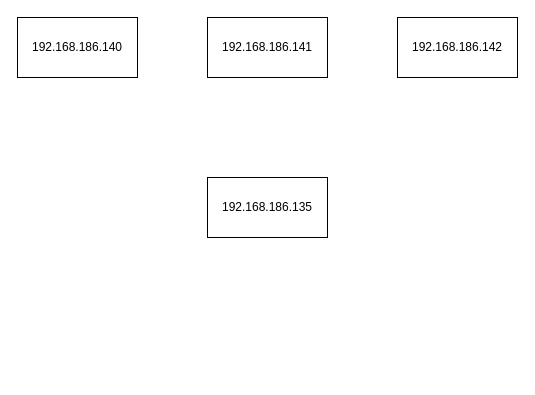
Earlier version of the draw.io diagram 隔离级别.drawio (wupei-w/diagrams). Source tidied: cells renumbered, new cells numbered last; positions are measured from the earlier drawing's top-left corner, leaving out a move shared by most shapes. Both pictures are drawn from the tidied source at 100%, with x=0, y=0 at pixel (17, 17).
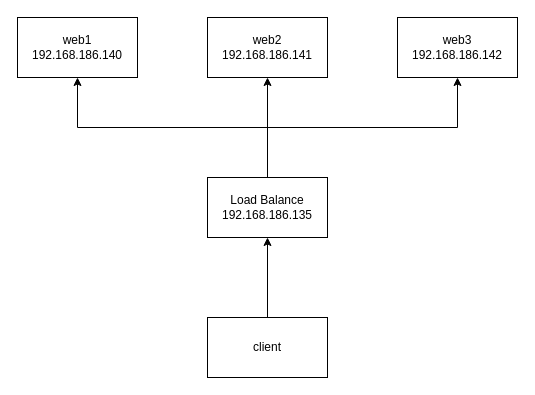
Above is the later version.

Change to the diagram source:
```diff
@@
 <mxGraphModel>
   <root>
     <mxCell id="0" />
     <mxCell id="1" parent="0" />
-    <mxCell id="2" value="192.168.186.140" style="rounded=0;whiteSpace=wrap;html=1;" parent="1" vertex="1">
+    <mxCell id="2" value="web1&lt;br&gt;192.168.186.140" style="rounded=0;whiteSpace=wrap;html=1;" parent="1" vertex="1">
       <mxGeometry width="120" height="60" as="geometry" />
     </mxCell>
-    <mxCell id="3" value="192.168.186.141" style="rounded=0;whiteSpace=wrap;html=1;" parent="1" vertex="1">
+    <mxCell id="3" value="web2&lt;br&gt;192.168.186.141" style="rounded=0;whiteSpace=wrap;html=1;" parent="1" vertex="1">
       <mxGeometry x="190" width="120" height="60" as="geometry" />
     </mxCell>
-    <mxCell id="4" value="192.168.186.142" style="rounded=0;whiteSpace=wrap;html=1;" parent="1" vertex="1">
+    <mxCell id="4" value="web3&lt;br&gt;192.168.186.142" style="rounded=0;whiteSpace=wrap;html=1;" parent="1" vertex="1">
       <mxGeometry x="380" width="120" height="60" as="geometry" />
     </mxCell>
+    <mxCell id="6" style="edgeStyle=orthogonalEdgeStyle;rounded=0;jettySize=auto;html=1;exitX=0.5;exitY=0;exitDx=0;exitDy=0;entryX=0.5;entryY=1;entryDx=0;entryDy=0;" parent="1" edge="1" source="5" target="3">
+      <mxGeometry relative="1" as="geometry" />
+    </mxCell>
+    <mxCell id="7" style="edgeStyle=orthogonalEdgeStyle;rounded=0;jettySize=auto;html=1;exitX=0.5;exitY=0;exitDx=0;exitDy=0;entryX=0.5;entryY=1;entryDx=0;entryDy=0;" parent="1" edge="1" source="5" target="2">
+      <mxGeometry relative="1" as="geometry" />
+    </mxCell>
+    <mxCell id="8" style="edgeStyle=orthogonalEdgeStyle;rounded=0;jettySize=auto;html=1;exitX=0.5;exitY=0;exitDx=0;exitDy=0;entryX=0.5;entryY=1;entryDx=0;entryDy=0;" parent="1" edge="1" source="5" target="4">
+      <mxGeometry relative="1" as="geometry" />
+    </mxCell>
-    <mxCell id="5" value="192.168.186.135" style="rounded=0;whiteSpace=wrap;html=1;" parent="1" vertex="1">
+    <mxCell id="5" value="Load Balance&lt;br&gt;192.168.186.135" style="rounded=0;whiteSpace=wrap;html=1;" parent="1" vertex="1">
       <mxGeometry x="190" y="160" width="120" height="60" as="geometry" />
     </mxCell>
+    <mxCell id="9" style="edgeStyle=orthogonalEdgeStyle;rounded=0;jettySize=auto;html=1;exitX=0.5;exitY=0;exitDx=0;exitDy=0;entryX=0.5;entryY=1;entryDx=0;entryDy=0;" parent="1" edge="1" source="10" target="5">
+      <mxGeometry relative="1" as="geometry" />
+    </mxCell>
+    <mxCell id="10" value="client&lt;br&gt;" style="rounded=0;whiteSpace=wrap;html=1;" parent="1" vertex="1">
+      <mxGeometry x="190" y="300" width="120" height="60" as="geometry" />
+    </mxCell>
   </root>
 </mxGraphModel>
```
